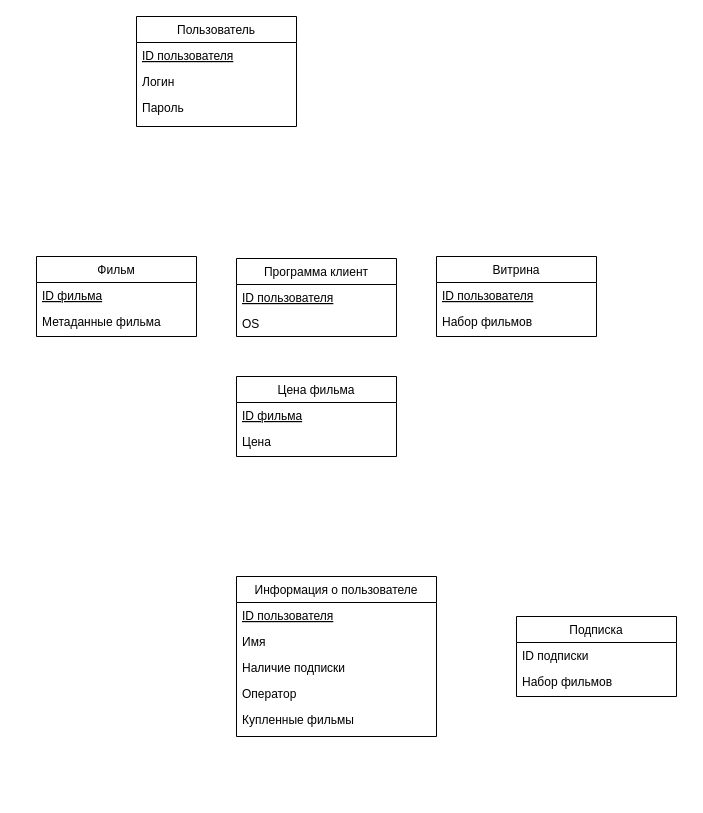
This is Диаграмма классов онлайн-кинотеатра.drawio from AleksTikhonov/ANSYS_Workbench, a draw.io file, before an edit. Source tidied: cells renumbered, new cells numbered last; positions are measured from the earlier drawing's top-left corner, leaving out a move shared by most shapes. Both pictures are drawn from the tidied source at 100%, with x=0, y=0 at pixel (36, 16).
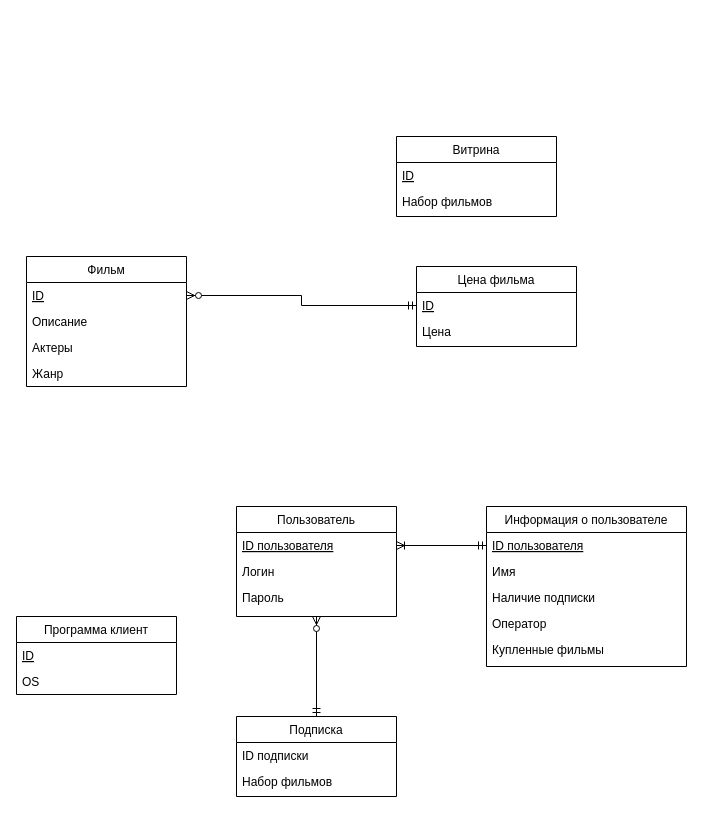
The same page after the edit.

The change refers to these unchanged cells:
```xml
<mxCell id="3" value="ID пользователя" style="text;align=left;verticalAlign=top;spacingLeft=4;spacingRight=4;overflow=hidden;points=[[0,0.5],[1,0.5]];portConstraint=eastwest;fontStyle=4;" parent="2" vertex="1">
  <mxGeometry y="26" width="160" height="26" as="geometry" />
</mxCell>
<mxCell id="5" value="Пароль" style="text;align=left;verticalAlign=top;spacingLeft=4;spacingRight=4;overflow=hidden;points=[[0,0.5],[1,0.5]];portConstraint=eastwest;rounded=0;shadow=0;html=0;" parent="2" vertex="1">
  <mxGeometry y="78" width="160" height="32" as="geometry" />
</mxCell>
<mxCell id="13" value="ID пользователя" style="text;align=left;verticalAlign=top;spacingLeft=4;spacingRight=4;overflow=hidden;points=[[0,0.5],[1,0.5]];portConstraint=eastwest;fontStyle=4;" parent="12" vertex="1">
  <mxGeometry y="26" width="200" height="26" as="geometry" />
</mxCell>
```

What changed in the source:
```diff
@@
     <mxCell id="2" value="Пользователь" style="swimlane;fontStyle=0;align=center;verticalAlign=top;horizontal=1;startSize=26;rounded=0;shadow=0;strokeWidth=1;" parent="1" vertex="1">
-      <mxGeometry x="100" width="160" height="110" as="geometry" />
+      <mxGeometry x="200" y="490" width="160" height="110" as="geometry" />
     </mxCell>
@@
     <mxCell id="6" value="Фильм" style="swimlane;fontStyle=0;align=center;verticalAlign=top;horizontal=1;startSize=26;rounded=0;shadow=0;strokeWidth=1;" parent="1" vertex="1">
-      <mxGeometry y="240" width="160" height="80" as="geometry" />
+      <mxGeometry x="-10" y="240" width="160" height="130" as="geometry" />
     </mxCell>
-    <mxCell id="7" value="ID фильма" style="text;align=left;verticalAlign=top;spacingLeft=4;spacingRight=4;overflow=hidden;points=[[0,0.5],[1,0.5]];portConstraint=eastwest;fontStyle=4;" parent="6" vertex="1">
+    <mxCell id="7" value="ID" style="text;align=left;verticalAlign=top;spacingLeft=4;spacingRight=4;overflow=hidden;points=[[0,0.5],[1,0.5]];portConstraint=eastwest;fontStyle=4;" parent="6" vertex="1">
       <mxGeometry y="26" width="160" height="26" as="geometry" />
     </mxCell>
-    <mxCell id="8" value="Метаданные фильма&#10;" style="text;align=left;verticalAlign=top;spacingLeft=4;spacingRight=4;overflow=hidden;rounded=0;shadow=0;html=0;" parent="6" vertex="1">
+    <mxCell id="8" value="Описание" style="text;align=left;verticalAlign=top;spacingLeft=4;spacingRight=4;overflow=hidden;rounded=0;shadow=0;html=0;" parent="6" vertex="1">
       <mxGeometry y="52" width="160" height="26" as="geometry" />
     </mxCell>
+    <mxCell id="27" value="Актеры" style="text;align=left;verticalAlign=top;spacingLeft=4;spacingRight=4;overflow=hidden;rounded=0;shadow=0;html=0;" parent="6" vertex="1">
+      <mxGeometry y="78" width="160" height="26" as="geometry" />
+    </mxCell>
+    <mxCell id="28" value="Жанр" style="text;align=left;verticalAlign=top;spacingLeft=4;spacingRight=4;overflow=hidden;rounded=0;shadow=0;html=0;" parent="6" vertex="1">
+      <mxGeometry y="104" width="160" height="26" as="geometry" />
+    </mxCell>
     <mxCell id="9" value="Программа клиент" style="swimlane;fontStyle=0;align=center;verticalAlign=top;horizontal=1;startSize=26;rounded=0;shadow=0;strokeWidth=1;" parent="1" vertex="1">
-      <mxGeometry x="200" y="242" width="160" height="78" as="geometry" />
+      <mxGeometry x="-20" y="600" width="160" height="78" as="geometry" />
     </mxCell>
-    <mxCell id="10" value="ID пользователя" style="text;align=left;verticalAlign=top;spacingLeft=4;spacingRight=4;overflow=hidden;fontStyle=4;" parent="9" vertex="1">
+    <mxCell id="10" value="ID" style="text;align=left;verticalAlign=top;spacingLeft=4;spacingRight=4;overflow=hidden;fontStyle=4;" parent="9" vertex="1">
       <mxGeometry y="26" width="160" height="26" as="geometry" />
     </mxCell>
@@
     <mxCell id="12" value="Информация о пользователе" style="swimlane;fontStyle=0;align=center;verticalAlign=top;horizontal=1;startSize=26;rounded=0;shadow=0;strokeWidth=1;" parent="1" vertex="1">
-      <mxGeometry x="200" y="560" width="200" height="160" as="geometry" />
+      <mxGeometry x="450" y="490" width="200" height="160" as="geometry" />
     </mxCell>
@@
     <mxCell id="18" value="Подписка" style="swimlane;fontStyle=0;align=center;verticalAlign=top;horizontal=1;startSize=26;rounded=0;shadow=0;strokeWidth=1;" parent="1" vertex="1">
-      <mxGeometry x="480" y="600" width="160" height="80" as="geometry" />
+      <mxGeometry x="200" y="700" width="160" height="80" as="geometry" />
     </mxCell>
@@
     <mxCell id="21" value="Цена фильма" style="swimlane;fontStyle=0;align=center;verticalAlign=top;horizontal=1;startSize=26;rounded=0;shadow=0;strokeWidth=1;" parent="1" vertex="1">
-      <mxGeometry x="200" y="360" width="160" height="80" as="geometry" />
+      <mxGeometry x="380" y="250" width="160" height="80" as="geometry" />
     </mxCell>
-    <mxCell id="22" value="ID фильма" style="text;align=left;verticalAlign=top;spacingLeft=4;spacingRight=4;overflow=hidden;points=[[0,0.5],[1,0.5]];portConstraint=eastwest;fontStyle=4;" parent="21" vertex="1">
+    <mxCell id="22" value="ID" style="text;align=left;verticalAlign=top;spacingLeft=4;spacingRight=4;overflow=hidden;points=[[0,0.5],[1,0.5]];portConstraint=eastwest;fontStyle=4;" parent="21" vertex="1">
       <mxGeometry y="26" width="160" height="26" as="geometry" />
     </mxCell>
@@
     <mxCell id="24" value="Витрина" style="swimlane;fontStyle=0;align=center;verticalAlign=top;horizontal=1;startSize=26;rounded=0;shadow=0;strokeWidth=1;" parent="1" vertex="1">
-      <mxGeometry x="400" y="240" width="160" height="80" as="geometry" />
+      <mxGeometry x="360" y="120" width="160" height="80" as="geometry" />
     </mxCell>
-    <mxCell id="25" value="ID пользователя" style="text;align=left;verticalAlign=top;spacingLeft=4;spacingRight=4;overflow=hidden;fontStyle=4;" parent="24" vertex="1">
+    <mxCell id="25" value="ID" style="text;align=left;verticalAlign=top;spacingLeft=4;spacingRight=4;overflow=hidden;fontStyle=4;" parent="24" vertex="1">
       <mxGeometry y="26" width="160" height="26" as="geometry" />
     </mxCell>
@@
+    <mxCell id="29" style="edgeStyle=orthogonalEdgeStyle;rounded=0;jettySize=auto;html=1;entryX=0.5;entryY=0;entryDx=0;entryDy=0;endArrow=ERmandOne;endFill=0;startArrow=ERzeroToMany;startFill=1;exitX=0.5;exitY=1;exitDx=0;exitDy=0;exitPerimeter=0;" parent="1" edge="1" source="5" target="18">
+      <mxGeometry relative="1" as="geometry" />
+    </mxCell>
+    <mxCell id="30" style="edgeStyle=orthogonalEdgeStyle;rounded=0;jettySize=auto;html=1;exitX=1;exitY=0.5;exitDx=0;exitDy=0;entryX=0;entryY=0.5;entryDx=0;entryDy=0;startArrow=ERoneToMany;startFill=0;endArrow=ERmandOne;endFill=0;" parent="1" edge="1" source="3" target="13">
+      <mxGeometry relative="1" as="geometry" />
+    </mxCell>
+    <mxCell id="31" style="edgeStyle=orthogonalEdgeStyle;rounded=0;jettySize=auto;html=1;exitX=1;exitY=0.5;exitDx=0;exitDy=0;entryX=0;entryY=0.5;entryDx=0;entryDy=0;startArrow=ERzeroToMany;startFill=1;endArrow=ERmandOne;endFill=0;" parent="1" edge="1" source="7" target="22">
+      <mxGeometry relative="1" as="geometry" />
+    </mxCell>
```
